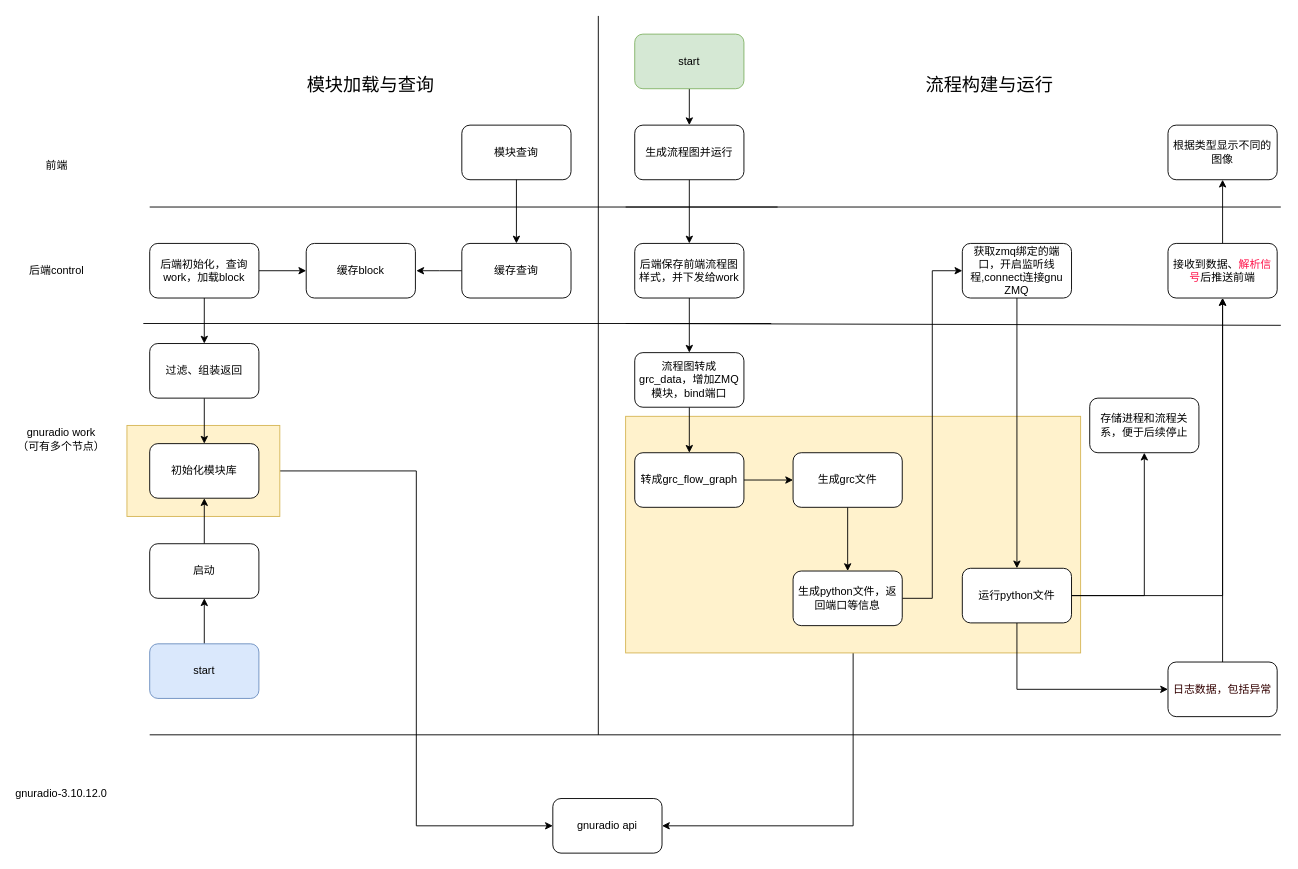
Earlier version of the draw.io diagram gnuradio平台化改造.drawio (hodor007/flowgraph). Source tidied: cells renumbered, new cells numbered last; positions are measured from the earlier drawing's top-left corner, leaving out a move shared by most shapes. Both pictures are drawn from the tidied source at 91%, with x=0, y=0 at pixel (15, 15).
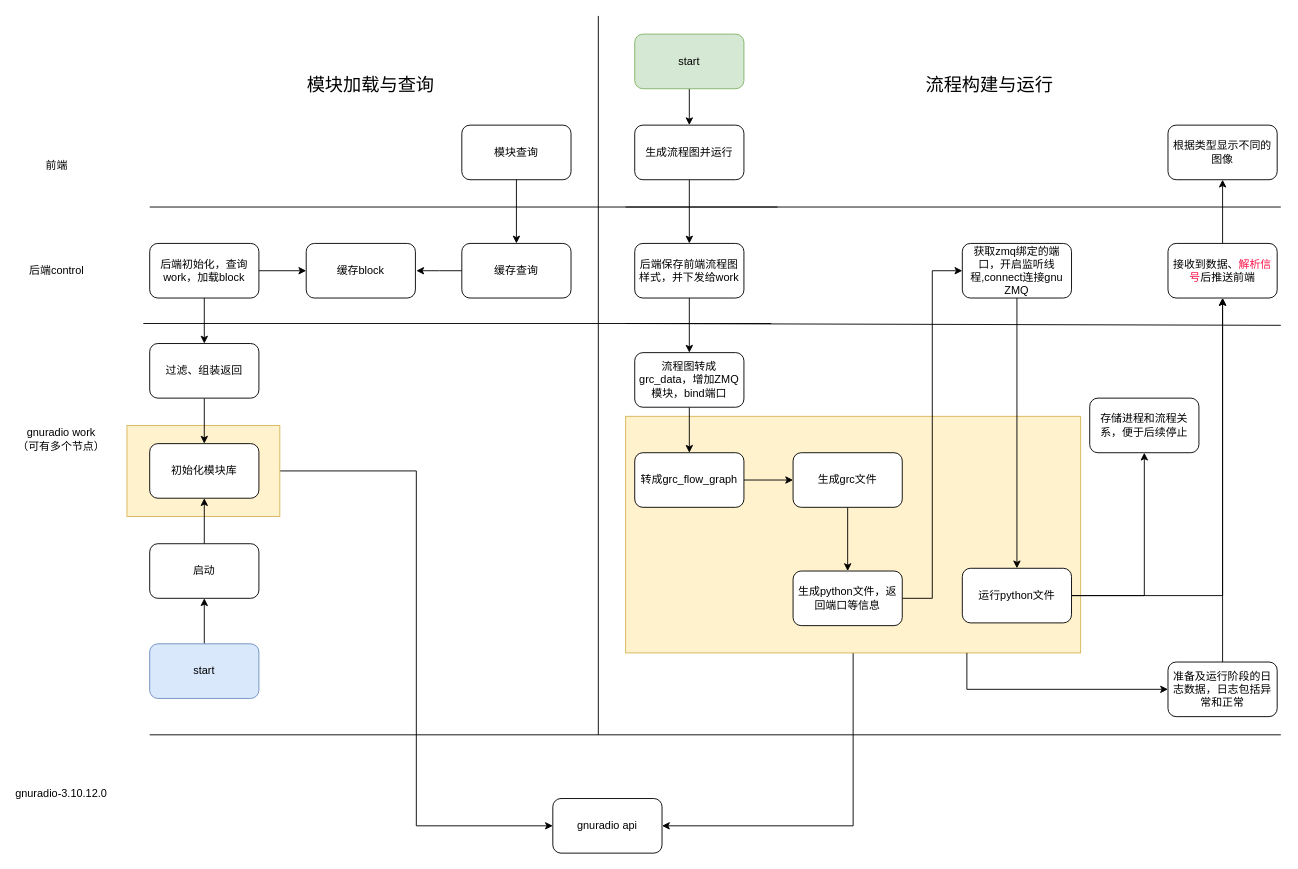
Above is the later version.

Commit message:
更新gnuradio平台化改造.drawio

The change refers to these unchanged cells:
```xml
<mxCell id="5" style="rounded=0;whiteSpace=wrap;html=1;fillColor=#fff2cc;strokeColor=#d6b656;" parent="1" vertex="1">
  <mxGeometry x="670" y="440" width="500" height="260" as="geometry" />
</mxCell>
<mxCell id="22" value="运行python文件" style="rounded=1;whiteSpace=wrap;html=1;" parent="1" vertex="1">
  <mxGeometry x="1040" y="607" width="120" height="60" as="geometry" />
</mxCell>
```

Change to the diagram source:
```diff
@@
-    <mxCell id="20" style="edgeStyle=orthogonalEdgeStyle;rounded=0;jettySize=auto;html=1;exitX=0.5;exitY=1;exitDx=0;exitDy=0;entryX=0;entryY=0.5;entryDx=0;entryDy=0;" parent="1" edge="1" source="22" target="58">
+    <mxCell id="20" style="edgeStyle=orthogonalEdgeStyle;rounded=0;jettySize=auto;html=1;exitX=0.75;exitY=1;exitDx=0;exitDy=0;entryX=0;entryY=0.5;entryDx=0;entryDy=0;" parent="1" edge="1" source="5" target="58">
       <mxGeometry relative="1" as="geometry" />
     </mxCell>
@@
-    <mxCell id="58" value="日志数据，包括异常" style="rounded=1;whiteSpace=wrap;html=1;fontColor=#330000;" parent="1" vertex="1">
+    <mxCell id="58" value="准备及运行阶段的日志数据，日志包括异常和正常" style="rounded=1;whiteSpace=wrap;html=1;fontColor=#000000;" parent="1" vertex="1">
       <mxGeometry x="1266" y="710" width="120" height="60" as="geometry" />
     </mxCell>
```
